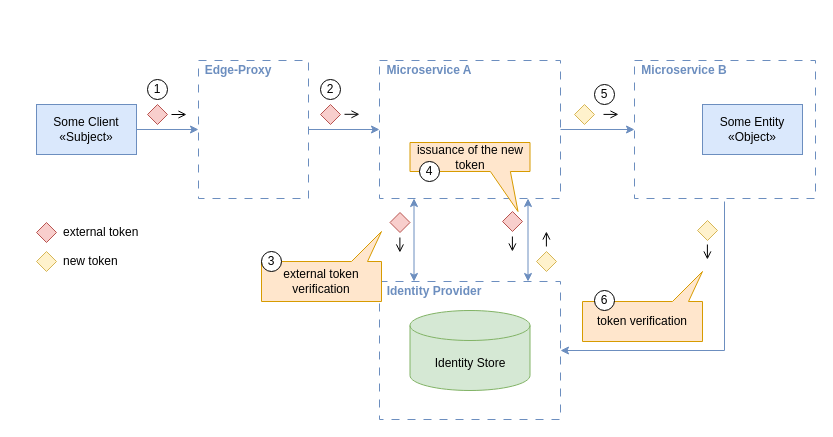
Above: assets/Token_Exchange_Based_Identity_Issuance.drawio in dadrus/CheatSheetSeries (draw.io), before the change. Source tidied: cells renumbered, new cells numbered last; positions are measured from the earlier drawing's top-left corner, leaving out a move shared by most shapes. Both pictures are drawn from the tidied source at 100%, with x=0, y=0 at pixel (36, 60).
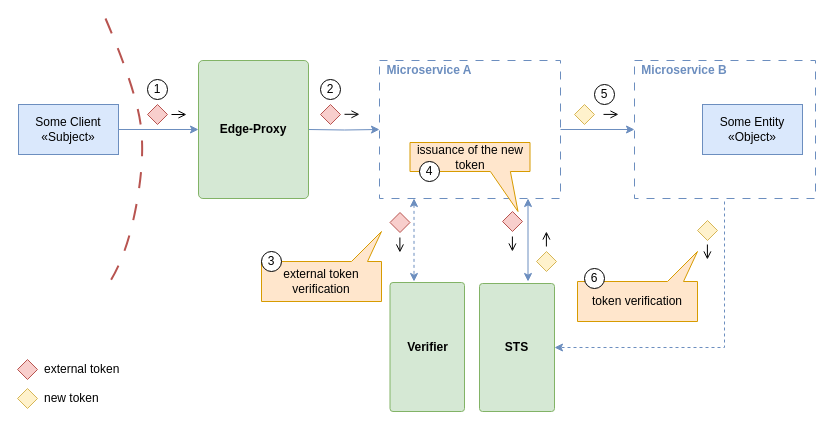
Above is the later version.

Unchanged cells that the change refers to:
```xml
<mxCell id="7" style="rounded=0;whiteSpace=wrap;html=1;fillColor=none;strokeColor=#6c8ebf;dashed=1;dashPattern=8 8;" parent="1" vertex="1">
  <mxGeometry x="343" width="181" height="138" as="geometry" />
</mxCell>
```

What changed in the source:
```diff
@@
-    <mxCell id="2" style="rounded=0;whiteSpace=wrap;html=1;fillColor=none;strokeColor=#6c8ebf;dashed=1;dashPattern=8 8;" parent="1" vertex="1">
-      <mxGeometry x="343" y="221" width="181" height="138" as="geometry" />
-    </mxCell>
-    <mxCell id="3" style="edgeStyle=orthogonalEdgeStyle;rounded=0;jettySize=auto;html=1;entryX=1;entryY=0.5;entryDx=0;entryDy=0;fillColor=#dae8fc;strokeColor=#6c8ebf;" parent="1" edge="1" target="2">
+    <mxCell id="3" style="edgeStyle=orthogonalEdgeStyle;rounded=0;jettySize=auto;html=1;entryX=1;entryY=0.5;entryDx=0;entryDy=0;fillColor=#dae8fc;strokeColor=#6c8ebf;dashed=1;" parent="1" edge="1" target="47">
       <mxGeometry relative="1" as="geometry">
         <mxPoint x="688" y="141" as="sourcePoint" />
         <Array as="points">
-          <mxPoint x="688" y="290" />
+          <mxPoint x="688" y="287" />
         </Array>
       </mxGeometry>
     </mxCell>
@@
     <mxCell id="9" style="rhombus;whiteSpace=wrap;html=1;fillColor=#f8cecc;strokeColor=#b85450;" parent="1" vertex="1">
-      <mxGeometry y="162" width="20" height="20" as="geometry" />
+      <mxGeometry x="-19" y="299" width="20" height="20" as="geometry" />
     </mxCell>
     <mxCell id="10" value="external token" style="text;html=1;align=left;verticalAlign=middle;whiteSpace=wrap;rounded=0;" parent="1" vertex="1">
-      <mxGeometry x="25" y="162" width="118" height="20" as="geometry" />
+      <mxGeometry x="6" y="299" width="118" height="20" as="geometry" />
     </mxCell>
@@
-    <mxCell id="13" style="edgeStyle=orthogonalEdgeStyle;rounded=0;jettySize=auto;html=1;entryX=0;entryY=0.5;entryDx=0;entryDy=0;fillColor=#dae8fc;strokeColor=#6c8ebf;" parent="1" edge="1" source="14" target="7">
-      <mxGeometry relative="1" as="geometry" />
+    <mxCell id="13" style="edgeStyle=orthogonalEdgeStyle;rounded=0;jettySize=auto;html=1;entryX=0;entryY=0.5;entryDx=0;entryDy=0;fillColor=#dae8fc;strokeColor=#6c8ebf;" parent="1" edge="1" target="7">
+      <mxGeometry relative="1" as="geometry">
+        <mxPoint x="272" y="69" as="sourcePoint" />
+      </mxGeometry>
     </mxCell>
-    <mxCell id="14" style="rounded=0;whiteSpace=wrap;html=1;fillColor=none;strokeColor=#6c8ebf;dashed=1;dashPattern=8 8;" parent="1" vertex="1">
-      <mxGeometry x="162" width="110" height="138" as="geometry" />
-    </mxCell>
-    <mxCell id="15" value="Edge-Proxy" style="text;html=1;align=center;verticalAlign=middle;whiteSpace=wrap;rounded=0;fillColor=none;fontColor=#6C8EBF;fontStyle=1;" parent="1" vertex="1">
-      <mxGeometry x="162" width="80" height="19" as="geometry" />
-    </mxCell>
-    <mxCell id="16" style="endArrow=classic;html=1;rounded=0;entryX=0;entryY=0.5;entryDx=0;entryDy=0;exitX=1;exitY=0.5;exitDx=0;exitDy=0;fillColor=#dae8fc;strokeColor=#6c8ebf;" parent="1" edge="1" source="19" target="14">
-      <mxGeometry relative="1" as="geometry" />
+    <mxCell id="16" style="endArrow=classic;html=1;rounded=0;entryX=0;entryY=0.5;entryDx=0;entryDy=0;exitX=1;exitY=0.5;exitDx=0;exitDy=0;fillColor=#dae8fc;strokeColor=#6c8ebf;" parent="1" edge="1" source="19">
+      <mxGeometry relative="1" as="geometry">
+        <mxPoint x="162" y="69" as="targetPoint" />
+      </mxGeometry>
     </mxCell>
@@
     <mxCell id="19" value="Some Client&lt;br&gt;«Subject»" style="rounded=0;whiteSpace=wrap;html=1;fillColor=#dae8fc;strokeColor=#6c8ebf;" parent="1" vertex="1">
-      <mxGeometry y="44" width="100" height="50" as="geometry" />
+      <mxGeometry x="-18" y="44" width="100" height="50" as="geometry" />
     </mxCell>
     <mxCell id="20" value="new token" style="text;html=1;align=left;verticalAlign=middle;whiteSpace=wrap;rounded=0;" parent="1" vertex="1">
-      <mxGeometry x="25" y="191" width="145" height="20" as="geometry" />
+      <mxGeometry x="6" y="328" width="145" height="20" as="geometry" />
     </mxCell>
-    <mxCell id="21" value="Identity Store" style="shape=cylinder3;whiteSpace=wrap;html=1;boundedLbl=1;backgroundOutline=1;size=15;fillColor=#d5e8d4;strokeColor=#82b366;" parent="1" vertex="1">
-      <mxGeometry x="373.5" y="250" width="120" height="80" as="geometry" />
-    </mxCell>
-    <mxCell id="22" value="Identity Provider" style="text;html=1;align=center;verticalAlign=middle;whiteSpace=wrap;rounded=0;fillColor=none;fontColor=#6C8EBF;fontStyle=1;" parent="1" vertex="1">
-      <mxGeometry x="343" y="221" width="110" height="19" as="geometry" />
-    </mxCell>
@@
     <mxCell id="24" style="rhombus;whiteSpace=wrap;html=1;fillColor=#fff2cc;strokeColor=#d6b656;" parent="1" vertex="1">
-      <mxGeometry y="191" width="20" height="20" as="geometry" />
+      <mxGeometry x="-19" y="328" width="20" height="20" as="geometry" />
     </mxCell>
@@
-    <mxCell id="32" style="edgeStyle=orthogonalEdgeStyle;rounded=0;orthogonalLoop=1;jettySize=auto;html=1;entryX=0.5;entryY=0;entryDx=0;entryDy=0;fillColor=#dae8fc;strokeColor=#6c8ebf;startArrow=classic;startFill=1;" parent="1" edge="1">
+    <mxCell id="32" style="edgeStyle=orthogonalEdgeStyle;rounded=0;orthogonalLoop=1;jettySize=auto;html=1;entryX=0.5;entryY=0;entryDx=0;entryDy=0;fillColor=#dae8fc;strokeColor=#6c8ebf;startArrow=classic;startFill=1;dashed=1;" parent="1" edge="1">
       <mxGeometry relative="1" as="geometry">
         <mxPoint x="377.5" y="138" as="sourcePoint" />
         <mxPoint x="377.5" y="221" as="targetPoint" />
       </mxGeometry>
     </mxCell>
@@
     <mxCell id="39" value="token verification" style="shape=callout;whiteSpace=wrap;html=1;perimeter=calloutPerimeter;base=16;size=30;position=0.75;position2=1;flipV=1;fillColor=#ffe6cc;strokeColor=#d79b00;" parent="1" vertex="1">
-      <mxGeometry x="546" y="211" width="120" height="70" as="geometry" />
+      <mxGeometry x="541" y="191" width="120" height="70" as="geometry" />
     </mxCell>
@@
     <mxCell id="45" value="6" style="ellipse;whiteSpace=wrap;html=1;" parent="1" vertex="1">
-      <mxGeometry x="558" y="230" width="20" height="20" as="geometry" />
+      <mxGeometry x="548" y="208" width="20" height="20" as="geometry" />
     </mxCell>
+    <mxCell id="15" value="&lt;b&gt;Edge-Proxy&lt;/b&gt;" style="rounded=1;whiteSpace=wrap;html=1;fillColor=#d5e8d4;strokeColor=#82b366;arcSize=4;" parent="1" vertex="1">
+      <mxGeometry x="162" width="110" height="138" as="geometry" />
+    </mxCell>
+    <mxCell id="46" value="&lt;b&gt;Verifier&lt;/b&gt;" style="rounded=1;whiteSpace=wrap;html=1;fillColor=#d5e8d4;strokeColor=#82b366;arcSize=4;" parent="1" vertex="1">
+      <mxGeometry x="353.5" y="222" width="74.5" height="129" as="geometry" />
+    </mxCell>
+    <mxCell id="47" value="&lt;b&gt;STS&lt;/b&gt;" style="rounded=1;whiteSpace=wrap;html=1;fillColor=#d5e8d4;strokeColor=#82b366;arcSize=4;" parent="1" vertex="1">
+      <mxGeometry x="443" y="223" width="75" height="128" as="geometry" />
+    </mxCell>
+    <mxCell id="48" style="curved=1;endArrow=none;html=1;rounded=0;dashed=1;dashPattern=8 8;startFill=0;fillColor=#f8cecc;strokeColor=#b85450;startSize=9;endSize=8;strokeWidth=2;" parent="1" edge="1">
+      <mxGeometry relative="1" as="geometry">
+        <mxPoint x="69" y="-42" as="sourcePoint" />
+        <mxPoint x="69" y="228" as="targetPoint" />
+        <Array as="points">
+          <mxPoint x="99" y="28" />
+          <mxPoint x="109" y="98" />
+          <mxPoint x="89" y="200" />
+        </Array>
+      </mxGeometry>
+    </mxCell>
```
